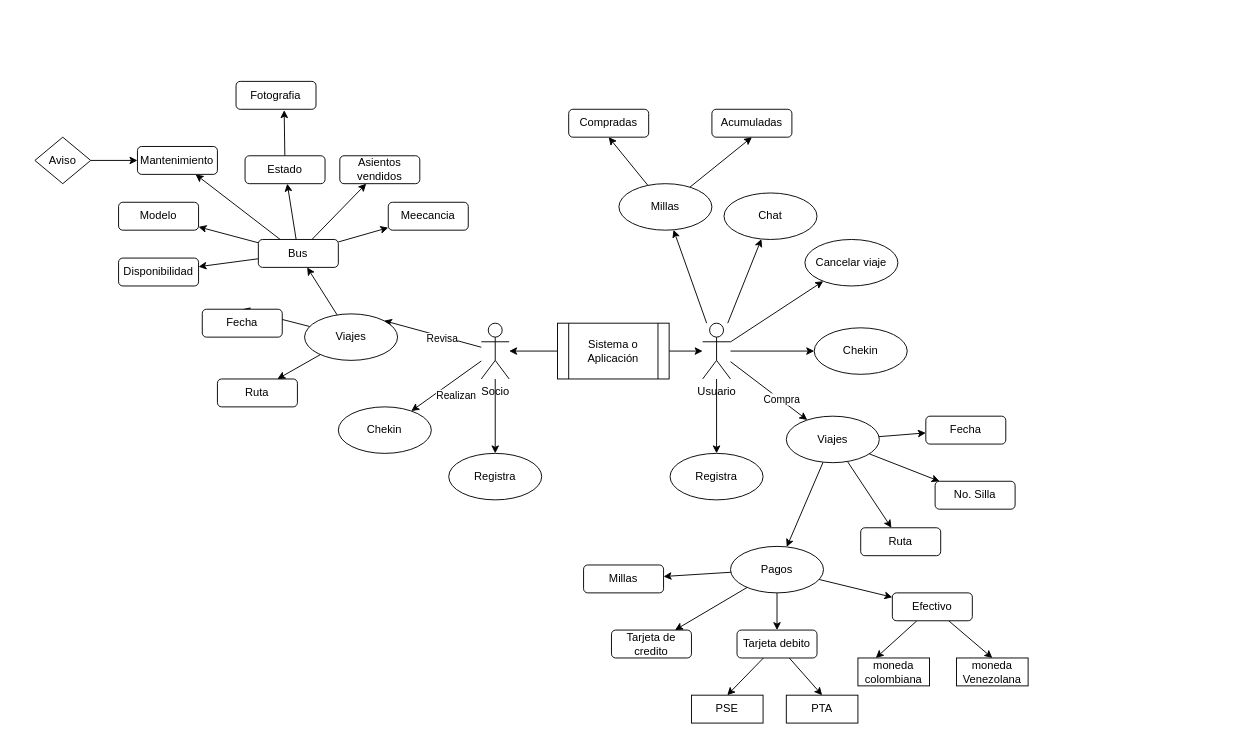
andrees971/Sistema_de_trasporte keeps this draw.io diagram as Conceptos.drawio. Above is the earlier version. Source tidied: cells renumbered, new cells numbered last; positions are measured from the earlier drawing's top-left corner, leaving out a move shared by most shapes. Both pictures are drawn from the tidied source at 93%, with x=0, y=0 at pixel (34, 81).
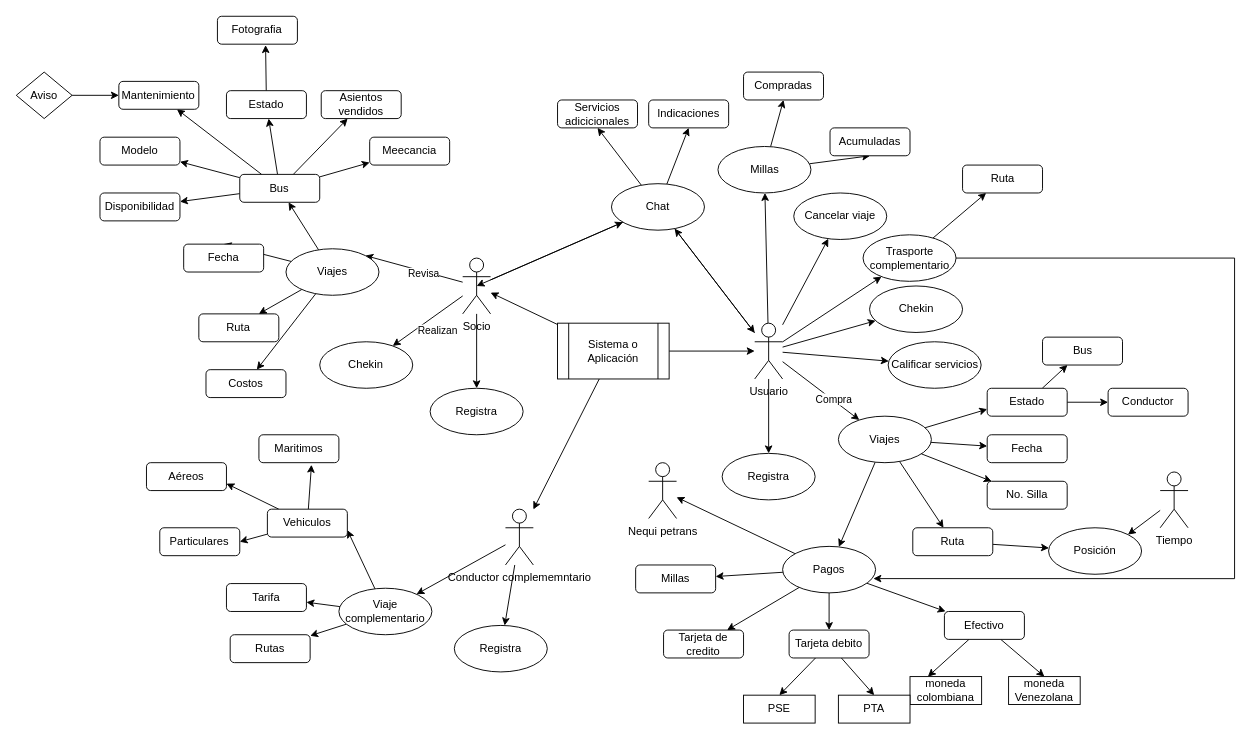
Above is the later version.

Commit message:
Se añadieron nuevas funciones o conceptos, de la  tercera entrevista con el cliente, como servicios adicionales de trasporte y otros

Unchanged cells that the change refers to:
```xml
<mxCell id="76" value="Sistema o Aplicación" style="shape=process;whiteSpace=wrap;html=1;backgroundOutline=1;" parent="1" vertex="1">
  <mxGeometry x="562" y="260" width="120" height="60" as="geometry" />
</mxCell>
```

Diff of the diagram source:
```diff
@@
     <mxCell id="2" value="Registra" style="ellipse;whiteSpace=wrap;html=1;" parent="1" vertex="1">
-      <mxGeometry x="683" y="400" width="100" height="50" as="geometry" />
+      <mxGeometry x="739" y="400" width="100" height="50" as="geometry" />
     </mxCell>
@@
+    <mxCell id="79" style="edgeStyle=none;rounded=0;jettySize=auto;html=1;" parent="1" edge="1" source="10" target="96">
+      <mxGeometry relative="1" as="geometry" />
+    </mxCell>
+    <mxCell id="80" style="edgeStyle=none;rounded=0;jettySize=auto;html=1;" parent="1" edge="1" source="10" target="119">
+      <mxGeometry relative="1" as="geometry" />
+    </mxCell>
     <mxCell id="10" value="Usuario" style="shape=umlActor;verticalLabelPosition=bottom;verticalAlign=top;html=1;outlineConnect=0;" parent="1" vertex="1">
-      <mxGeometry x="718" y="260" width="30" height="60" as="geometry" />
+      <mxGeometry x="774" y="260" width="30" height="60" as="geometry" />
     </mxCell>
@@
+    <mxCell id="81" style="rounded=0;jettySize=auto;html=1;entryX=0;entryY=0.75;entryDx=0;entryDy=0;" parent="1" edge="1" source="15" target="122">
+      <mxGeometry relative="1" as="geometry" />
+    </mxCell>
     <mxCell id="15" value="Viajes" style="ellipse;whiteSpace=wrap;html=1;" parent="1" vertex="1">
-      <mxGeometry x="808" y="360" width="100" height="50" as="geometry" />
+      <mxGeometry x="864" y="360" width="100" height="50" as="geometry" />
     </mxCell>
     <mxCell id="16" value="Chekin" style="ellipse;whiteSpace=wrap;html=1;" parent="1" vertex="1">
-      <mxGeometry x="838" y="265" width="100" height="50" as="geometry" />
+      <mxGeometry x="897.5" y="220" width="100" height="50" as="geometry" />
     </mxCell>
@@
     <mxCell id="19" value="Millas" style="ellipse;whiteSpace=wrap;html=1;" parent="1" vertex="1">
-      <mxGeometry x="628" y="110" width="100" height="50" as="geometry" />
+      <mxGeometry x="734.5" y="70" width="100" height="50" as="geometry" />
     </mxCell>
     <mxCell id="20" value="No. Silla" style="rounded=1;whiteSpace=wrap;html=1;" parent="1" vertex="1">
-      <mxGeometry x="968" y="430" width="86" height="30" as="geometry" />
+      <mxGeometry x="1024" y="430" width="86" height="30" as="geometry" />
     </mxCell>
     <mxCell id="21" value="Fecha" style="rounded=1;whiteSpace=wrap;html=1;" parent="1" vertex="1">
-      <mxGeometry x="958" y="360" width="86" height="30" as="geometry" />
+      <mxGeometry x="1024" y="380" width="86" height="30" as="geometry" />
     </mxCell>
+    <mxCell id="82" style="edgeStyle=none;rounded=0;jettySize=auto;html=1;" parent="1" edge="1" source="22" target="118">
+      <mxGeometry relative="1" as="geometry" />
+    </mxCell>
     <mxCell id="22" value="Ruta" style="rounded=1;whiteSpace=wrap;html=1;" parent="1" vertex="1">
-      <mxGeometry x="888" y="480" width="86" height="30" as="geometry" />
+      <mxGeometry x="944" y="480" width="86" height="30" as="geometry" />
     </mxCell>
     <mxCell id="23" value="Compradas" style="rounded=1;whiteSpace=wrap;html=1;" parent="1" vertex="1">
-      <mxGeometry x="574" y="30" width="86" height="30" as="geometry" />
+      <mxGeometry x="762" y="-10" width="86" height="30" as="geometry" />
     </mxCell>
     <mxCell id="24" value="Acumuladas" style="rounded=1;whiteSpace=wrap;html=1;" parent="1" vertex="1">
-      <mxGeometry x="728" y="30" width="86" height="30" as="geometry" />
+      <mxGeometry x="855" y="50" width="86" height="30" as="geometry" />
     </mxCell>
     <mxCell id="25" value="Cancelar viaje" style="ellipse;whiteSpace=wrap;html=1;" parent="1" vertex="1">
-      <mxGeometry x="828" y="170" width="100" height="50" as="geometry" />
+      <mxGeometry x="816" y="120" width="100" height="50" as="geometry" />
     </mxCell>
@@
+    <mxCell id="83" style="edgeStyle=none;rounded=0;jettySize=auto;html=1;" parent="1" edge="1" source="30" target="116">
+      <mxGeometry relative="1" as="geometry" />
+    </mxCell>
     <mxCell id="30" value="Pagos" style="ellipse;whiteSpace=wrap;html=1;" parent="1" vertex="1">
-      <mxGeometry x="748" y="500" width="100" height="50" as="geometry" />
+      <mxGeometry x="804" y="500" width="100" height="50" as="geometry" />
     </mxCell>
     <mxCell id="31" value="Tarjeta de credito" style="rounded=1;whiteSpace=wrap;html=1;" parent="1" vertex="1">
-      <mxGeometry x="620" y="590" width="86" height="30" as="geometry" />
+      <mxGeometry x="676" y="590" width="86" height="30" as="geometry" />
     </mxCell>
@@
     <mxCell id="34" value="Tarjeta debito" style="rounded=1;whiteSpace=wrap;html=1;" parent="1" vertex="1">
-      <mxGeometry x="755" y="590" width="86" height="30" as="geometry" />
+      <mxGeometry x="811" y="590" width="86" height="30" as="geometry" />
     </mxCell>
@@
     <mxCell id="37" value="Efectivo" style="rounded=1;whiteSpace=wrap;html=1;" parent="1" vertex="1">
-      <mxGeometry x="922" y="550" width="86" height="30" as="geometry" />
+      <mxGeometry x="978" y="570" width="86" height="30" as="geometry" />
     </mxCell>
     <mxCell id="38" value="moneda colombiana" style="rounded=0;whiteSpace=wrap;html=1;" parent="1" vertex="1">
-      <mxGeometry x="885" y="620" width="77" height="30" as="geometry" />
+      <mxGeometry x="941" y="640" width="77" height="30" as="geometry" />
     </mxCell>
     <mxCell id="39" value="moneda Venezolana" style="rounded=0;whiteSpace=wrap;html=1;" parent="1" vertex="1">
-      <mxGeometry x="991" y="620" width="77" height="30" as="geometry" />
+      <mxGeometry x="1047" y="640" width="77" height="30" as="geometry" />
     </mxCell>
     <mxCell id="40" value="Millas" style="rounded=1;whiteSpace=wrap;html=1;" parent="1" vertex="1">
-      <mxGeometry x="590" y="520" width="86" height="30" as="geometry" />
+      <mxGeometry x="646" y="520" width="86" height="30" as="geometry" />
     </mxCell>
     <mxCell id="41" value="PSE" style="rounded=0;whiteSpace=wrap;html=1;" parent="1" vertex="1">
-      <mxGeometry x="706" y="660" width="77" height="30" as="geometry" />
+      <mxGeometry x="762" y="660" width="77" height="30" as="geometry" />
     </mxCell>
     <mxCell id="42" value="PTA" style="rounded=0;whiteSpace=wrap;html=1;" parent="1" vertex="1">
-      <mxGeometry x="808" y="660" width="77" height="30" as="geometry" />
+      <mxGeometry x="864" y="660" width="77" height="30" as="geometry" />
     </mxCell>
@@
+    <mxCell id="84" style="edgeStyle=none;rounded=0;jettySize=auto;html=1;" parent="1" edge="1" source="48" target="77">
+      <mxGeometry relative="1" as="geometry" />
+    </mxCell>
     <mxCell id="48" value="Socio" style="shape=umlActor;verticalLabelPosition=bottom;verticalAlign=top;html=1;outlineConnect=0;" parent="1" vertex="1">
-      <mxGeometry x="480" y="260" width="30" height="60" as="geometry" />
+      <mxGeometry x="460" y="190" width="30" height="60" as="geometry" />
     </mxCell>
     <mxCell id="49" value="Registra" style="ellipse;whiteSpace=wrap;html=1;" parent="1" vertex="1">
-      <mxGeometry x="445" y="400" width="100" height="50" as="geometry" />
+      <mxGeometry x="425" y="330" width="100" height="50" as="geometry" />
     </mxCell>
@@
+    <mxCell id="85" style="edgeStyle=none;rounded=0;jettySize=auto;html=1;" parent="1" edge="1" source="53" target="107">
+      <mxGeometry relative="1" as="geometry" />
+    </mxCell>
     <mxCell id="53" value="Viajes" style="ellipse;whiteSpace=wrap;html=1;" parent="1" vertex="1">
-      <mxGeometry x="290" y="250" width="100" height="50" as="geometry" />
+      <mxGeometry x="270" y="180" width="100" height="50" as="geometry" />
     </mxCell>
     <mxCell id="54" value="Fecha" style="rounded=1;whiteSpace=wrap;html=1;" parent="1" vertex="1">
-      <mxGeometry x="180" y="245" width="86" height="30" as="geometry" />
+      <mxGeometry x="160" y="175" width="86" height="30" as="geometry" />
     </mxCell>
     <mxCell id="55" value="Ruta" style="rounded=1;whiteSpace=wrap;html=1;" parent="1" vertex="1">
-      <mxGeometry x="196.3" y="320" width="86" height="30" as="geometry" />
+      <mxGeometry x="176.3" y="250" width="86" height="30" as="geometry" />
     </mxCell>
@@
     <mxCell id="62" value="Bus" style="rounded=1;whiteSpace=wrap;html=1;" parent="1" vertex="1">
-      <mxGeometry x="240.3" y="170" width="86" height="30" as="geometry" />
+      <mxGeometry x="220.3" y="100" width="86" height="30" as="geometry" />
     </mxCell>
     <mxCell id="63" value="Asientos vendidos" style="rounded=1;whiteSpace=wrap;html=1;" parent="1" vertex="1">
-      <mxGeometry x="327.9" y="80" width="86" height="30" as="geometry" />
+      <mxGeometry x="307.9" y="10" width="86" height="30" as="geometry" />
     </mxCell>
@@
     <mxCell id="65" value="Estado" style="rounded=1;whiteSpace=wrap;html=1;" parent="1" vertex="1">
-      <mxGeometry x="226" y="80" width="86" height="30" as="geometry" />
+      <mxGeometry x="206" y="10" width="86" height="30" as="geometry" />
     </mxCell>
     <mxCell id="66" value="Mantenimiento" style="rounded=1;whiteSpace=wrap;html=1;" parent="1" vertex="1">
-      <mxGeometry x="110.3" y="70" width="86" height="30" as="geometry" />
+      <mxGeometry x="90.3" width="86" height="30" as="geometry" />
     </mxCell>
     <mxCell id="67" value="Fotografia" style="rounded=1;whiteSpace=wrap;html=1;" parent="1" vertex="1">
-      <mxGeometry x="216.3" width="86" height="30" as="geometry" />
+      <mxGeometry x="196.3" y="-70" width="86" height="30" as="geometry" />
     </mxCell>
@@
     <mxCell id="69" value="Aviso" style="rhombus;whiteSpace=wrap;html=1;" parent="1" vertex="1">
-      <mxGeometry y="60" width="60" height="50" as="geometry" />
+      <mxGeometry x="-20" y="-10" width="60" height="50" as="geometry" />
     </mxCell>
     <mxCell id="70" value="Modelo" style="rounded=1;whiteSpace=wrap;html=1;" parent="1" vertex="1">
-      <mxGeometry x="90" y="130" width="86" height="30" as="geometry" />
+      <mxGeometry x="70" y="60" width="86" height="30" as="geometry" />
     </mxCell>
     <mxCell id="71" value="Disponibilidad" style="rounded=1;whiteSpace=wrap;html=1;" parent="1" vertex="1">
-      <mxGeometry x="90" y="190" width="86" height="30" as="geometry" />
+      <mxGeometry x="70" y="120" width="86" height="30" as="geometry" />
     </mxCell>
     <mxCell id="72" value="Chekin" style="ellipse;whiteSpace=wrap;html=1;" parent="1" vertex="1">
-      <mxGeometry x="326.3" y="350" width="100" height="50" as="geometry" />
+      <mxGeometry x="306.3" y="280" width="100" height="50" as="geometry" />
     </mxCell>
@@
+    <mxCell id="86" style="edgeStyle=none;rounded=0;jettySize=auto;html=1;" parent="1" edge="1" source="76" target="99">
+      <mxGeometry relative="1" as="geometry" />
+    </mxCell>
@@
+    <mxCell id="87" style="rounded=0;jettySize=auto;html=1;entryX=0.5;entryY=1;entryDx=0;entryDy=0;" parent="1" edge="1" source="77" target="91">
+      <mxGeometry relative="1" as="geometry" />
+    </mxCell>
+    <mxCell id="88" style="edgeStyle=none;rounded=0;jettySize=auto;html=1;entryX=0.5;entryY=0.5;entryDx=0;entryDy=0;entryPerimeter=0;" parent="1" edge="1" source="77" target="48">
+      <mxGeometry relative="1" as="geometry" />
+    </mxCell>
+    <mxCell id="89" style="edgeStyle=none;rounded=0;jettySize=auto;html=1;" parent="1" edge="1" source="77" target="10">
+      <mxGeometry relative="1" as="geometry" />
+    </mxCell>
+    <mxCell id="90" style="edgeStyle=none;rounded=0;jettySize=auto;html=1;entryX=0.5;entryY=1;entryDx=0;entryDy=0;" parent="1" edge="1" source="77" target="115">
+      <mxGeometry relative="1" as="geometry" />
+    </mxCell>
     <mxCell id="77" value="Chat" style="ellipse;whiteSpace=wrap;html=1;" parent="1" vertex="1">
-      <mxGeometry x="741" y="120" width="100" height="50" as="geometry" />
+      <mxGeometry x="620" y="110" width="100" height="50" as="geometry" />
     </mxCell>
     <mxCell id="78" value="Meecancia" style="rounded=1;whiteSpace=wrap;html=1;" parent="1" vertex="1">
-      <mxGeometry x="380" y="130" width="86" height="30" as="geometry" />
+      <mxGeometry x="360" y="60" width="86" height="30" as="geometry" />
     </mxCell>
+    <mxCell id="91" value="Servicios adicicionales" style="rounded=1;whiteSpace=wrap;html=1;" parent="1" vertex="1">
+      <mxGeometry x="562" y="20" width="86" height="30" as="geometry" />
+    </mxCell>
+    <mxCell id="92" style="edgeStyle=none;rounded=0;jettySize=auto;html=1;entryX=1;entryY=0;entryDx=0;entryDy=0;" parent="1" edge="1" source="93" target="118">
+      <mxGeometry relative="1" as="geometry" />
+    </mxCell>
+    <mxCell id="93" value="Tiempo" style="shape=umlActor;verticalLabelPosition=bottom;verticalAlign=top;html=1;outlineConnect=0;" parent="1" vertex="1">
+      <mxGeometry x="1210" y="420" width="30" height="60" as="geometry" />
+    </mxCell>
+    <mxCell id="94" style="edgeStyle=orthogonalEdgeStyle;rounded=0;jettySize=auto;html=1;entryX=0.976;entryY=0.693;entryDx=0;entryDy=0;entryPerimeter=0;" parent="1" edge="1" source="96" target="30">
+      <mxGeometry relative="1" as="geometry">
+        <Array as="points">
+          <mxPoint x="1290" y="190" />
+          <mxPoint x="1290" y="535" />
+        </Array>
+      </mxGeometry>
+    </mxCell>
+    <mxCell id="95" style="edgeStyle=none;rounded=0;jettySize=auto;html=1;" parent="1" edge="1" source="96" target="117">
+      <mxGeometry relative="1" as="geometry" />
+    </mxCell>
+    <mxCell id="96" value="Trasporte complementario" style="ellipse;whiteSpace=wrap;html=1;" parent="1" vertex="1">
+      <mxGeometry x="890.5" y="165" width="100" height="50" as="geometry" />
+    </mxCell>
+    <mxCell id="97" style="edgeStyle=none;rounded=0;jettySize=auto;html=1;" parent="1" edge="1" source="99" target="103">
+      <mxGeometry relative="1" as="geometry" />
+    </mxCell>
+    <mxCell id="98" style="edgeStyle=none;rounded=0;jettySize=auto;html=1;" parent="1" edge="1" source="99" target="104">
+      <mxGeometry relative="1" as="geometry" />
+    </mxCell>
+    <mxCell id="99" value="Conductor complememntario" style="shape=umlActor;verticalLabelPosition=bottom;verticalAlign=top;html=1;outlineConnect=0;" parent="1" vertex="1">
+      <mxGeometry x="506" y="460" width="30" height="60" as="geometry" />
+    </mxCell>
+    <mxCell id="100" style="edgeStyle=none;rounded=0;jettySize=auto;html=1;" parent="1" edge="1" source="103" target="105">
+      <mxGeometry relative="1" as="geometry" />
+    </mxCell>
+    <mxCell id="101" style="edgeStyle=none;rounded=0;jettySize=auto;html=1;" parent="1" edge="1" source="103" target="106">
+      <mxGeometry relative="1" as="geometry" />
+    </mxCell>
+    <mxCell id="102" style="edgeStyle=none;rounded=0;jettySize=auto;html=1;entryX=1;entryY=0.75;entryDx=0;entryDy=0;" parent="1" edge="1" source="103" target="111">
+      <mxGeometry relative="1" as="geometry" />
+    </mxCell>
+    <mxCell id="103" value="Viaje complementario" style="ellipse;whiteSpace=wrap;html=1;" parent="1" vertex="1">
+      <mxGeometry x="326.9" y="545" width="100" height="50" as="geometry" />
+    </mxCell>
+    <mxCell id="104" value="Registra" style="ellipse;whiteSpace=wrap;html=1;" parent="1" vertex="1">
+      <mxGeometry x="451" y="585" width="100" height="50" as="geometry" />
+    </mxCell>
+    <mxCell id="105" value="Rutas" style="rounded=1;whiteSpace=wrap;html=1;" parent="1" vertex="1">
+      <mxGeometry x="210" y="595" width="86" height="30" as="geometry" />
+    </mxCell>
+    <mxCell id="106" value="Tarifa" style="rounded=1;whiteSpace=wrap;html=1;" parent="1" vertex="1">
+      <mxGeometry x="206" y="540" width="86" height="30" as="geometry" />
+    </mxCell>
+    <mxCell id="107" value="Costos" style="rounded=1;whiteSpace=wrap;html=1;" parent="1" vertex="1">
+      <mxGeometry x="184" y="310" width="86" height="30" as="geometry" />
+    </mxCell>
+    <mxCell id="108" style="edgeStyle=none;rounded=0;jettySize=auto;html=1;entryX=0.657;entryY=1.076;entryDx=0;entryDy=0;entryPerimeter=0;" parent="1" edge="1" source="111" target="114">
+      <mxGeometry relative="1" as="geometry" />
+    </mxCell>
+    <mxCell id="109" style="edgeStyle=none;rounded=0;jettySize=auto;html=1;entryX=1;entryY=0.75;entryDx=0;entryDy=0;" parent="1" edge="1" source="111" target="113">
+      <mxGeometry relative="1" as="geometry" />
+    </mxCell>
+    <mxCell id="110" style="edgeStyle=none;rounded=0;jettySize=auto;html=1;entryX=1;entryY=0.5;entryDx=0;entryDy=0;" parent="1" edge="1" source="111" target="112">
+      <mxGeometry relative="1" as="geometry" />
+    </mxCell>
+    <mxCell id="111" value="Vehiculos" style="rounded=1;whiteSpace=wrap;html=1;" parent="1" vertex="1">
+      <mxGeometry x="250" y="460" width="86" height="30" as="geometry" />
+    </mxCell>
+    <mxCell id="112" value="Particulares" style="rounded=1;whiteSpace=wrap;html=1;" parent="1" vertex="1">
+      <mxGeometry x="134.3" y="480" width="86" height="30" as="geometry" />
+    </mxCell>
+    <mxCell id="113" value="Aéreos" style="rounded=1;whiteSpace=wrap;html=1;" parent="1" vertex="1">
+      <mxGeometry x="120" y="410" width="86" height="30" as="geometry" />
+    </mxCell>
+    <mxCell id="114" value="Maritimos" style="rounded=1;whiteSpace=wrap;html=1;" parent="1" vertex="1">
+      <mxGeometry x="240.9" y="380" width="86" height="30" as="geometry" />
+    </mxCell>
+    <mxCell id="115" value="Indicaciones" style="rounded=1;whiteSpace=wrap;html=1;" parent="1" vertex="1">
+      <mxGeometry x="660" y="20" width="86" height="30" as="geometry" />
+    </mxCell>
+    <mxCell id="116" value="Nequi petrans" style="shape=umlActor;verticalLabelPosition=bottom;verticalAlign=top;html=1;outlineConnect=0;" parent="1" vertex="1">
+      <mxGeometry x="660" y="410" width="30" height="60" as="geometry" />
+    </mxCell>
+    <mxCell id="117" value="Ruta" style="rounded=1;whiteSpace=wrap;html=1;" parent="1" vertex="1">
+      <mxGeometry x="997.5" y="90" width="86" height="30" as="geometry" />
+    </mxCell>
+    <mxCell id="118" value="Posición" style="ellipse;whiteSpace=wrap;html=1;" parent="1" vertex="1">
+      <mxGeometry x="1090" y="480" width="100" height="50" as="geometry" />
+    </mxCell>
+    <mxCell id="119" value="Calificar servicios" style="ellipse;whiteSpace=wrap;html=1;" parent="1" vertex="1">
+      <mxGeometry x="917.5" y="280" width="100" height="50" as="geometry" />
+    </mxCell>
+    <mxCell id="120" style="edgeStyle=none;rounded=0;jettySize=auto;html=1;" parent="1" edge="1" source="122" target="123">
+      <mxGeometry relative="1" as="geometry" />
+    </mxCell>
+    <mxCell id="121" style="edgeStyle=none;rounded=0;jettySize=auto;html=1;" parent="1" edge="1" source="122" target="124">
+      <mxGeometry relative="1" as="geometry" />
+    </mxCell>
+    <mxCell id="122" value="Estado" style="rounded=1;whiteSpace=wrap;html=1;" parent="1" vertex="1">
+      <mxGeometry x="1024" y="330" width="86" height="30" as="geometry" />
+    </mxCell>
+    <mxCell id="123" value="Bus" style="rounded=1;whiteSpace=wrap;html=1;" parent="1" vertex="1">
+      <mxGeometry x="1083.5" y="275" width="86" height="30" as="geometry" />
+    </mxCell>
+    <mxCell id="124" value="Conductor" style="rounded=1;whiteSpace=wrap;html=1;" parent="1" vertex="1">
+      <mxGeometry x="1154" y="330" width="86" height="30" as="geometry" />
+    </mxCell>
```
